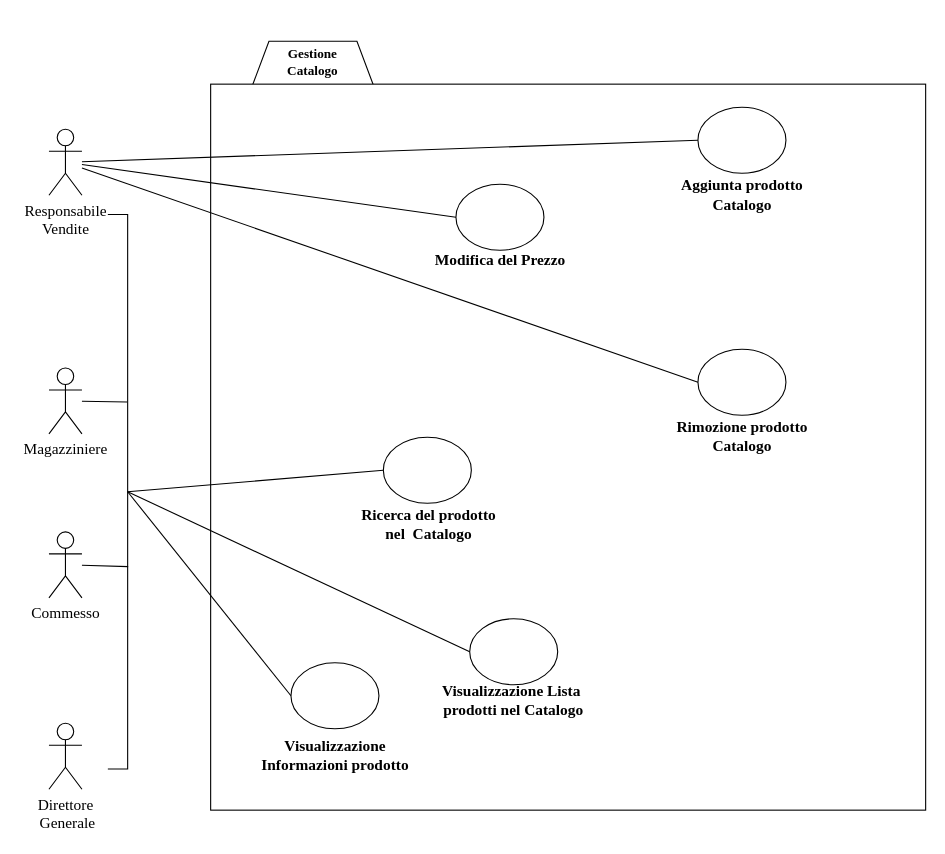
Earlier version of the draw.io diagram Bozze/Diagrammi Casi D'Uso/GestioneCatalogoALPHA.drawio (Carmineh/IT-Manager). Source tidied: cells renumbered, new cells numbered last; positions are measured from the earlier drawing's top-left corner, leaving out a move shared by most shapes. Both pictures are drawn from the tidied source at 110%, with x=0, y=0 at pixel (-160, 41).
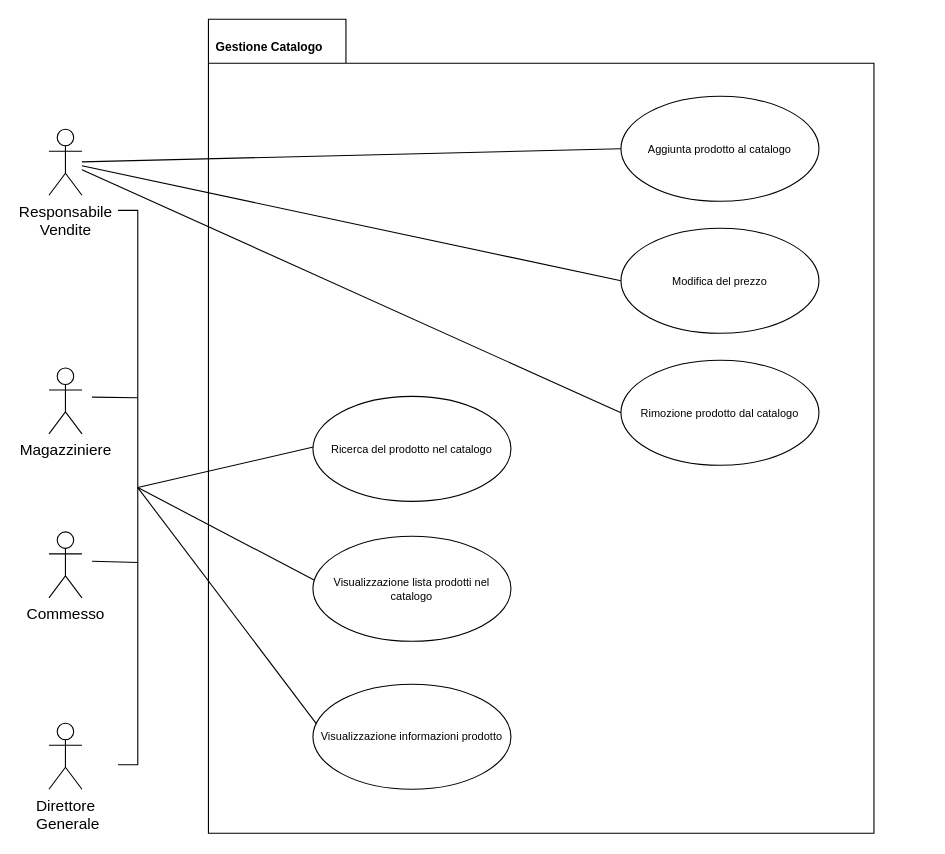
After the change.

The edit, as a diff of the source:
```diff
@@
-    <mxCell id="2" style="shape=hexagon;perimeter=hexagonPerimeter2;whiteSpace=wrap;html=1;fixedSize=1;" parent="1" vertex="1">
-      <mxGeometry x="369" width="120" height="107" as="geometry" />
-    </mxCell>
+    <mxCell id="30" style="shape=folder;fontStyle=1;spacingTop=10;tabWidth=125;tabHeight=40;tabPosition=left;html=1;fontSize=10;" parent="1" vertex="1">
+      <mxGeometry x="334" y="-20" width="605" height="740" as="geometry" />
+    </mxCell>
-    <mxCell id="3" value="&lt;div&gt;&lt;font style=&quot;font-size: 14px&quot; face=&quot;Times New Roman&quot;&gt;Responsabile&lt;/font&gt;&lt;/div&gt;&lt;div&gt;&lt;font style=&quot;font-size: 14px&quot; face=&quot;Times New Roman&quot;&gt;Vendite&lt;br&gt;&lt;/font&gt;&lt;/div&gt;" style="shape=umlActor;verticalLabelPosition=bottom;verticalAlign=top;html=1;outlineConnect=0;" parent="1" vertex="1">
+    <mxCell id="3" value="&lt;div&gt;&lt;font style=&quot;font-size: 14px&quot;&gt;Responsabile&lt;/font&gt;&lt;/div&gt;&lt;div&gt;&lt;font style=&quot;font-size: 14px&quot;&gt;Vendite&lt;br&gt;&lt;/font&gt;&lt;/div&gt;" style="shape=umlActor;verticalLabelPosition=bottom;verticalAlign=top;html=1;outlineConnect=0;" parent="1" vertex="1">
       <mxGeometry x="189" y="80" width="30" height="60" as="geometry" />
     </mxCell>
-    <mxCell id="4" value="&lt;font style=&quot;font-size: 14px&quot; face=&quot;Times New Roman&quot;&gt;Magazziniere&lt;/font&gt;" style="shape=umlActor;verticalLabelPosition=bottom;verticalAlign=top;html=1;outlineConnect=0;" parent="1" vertex="1">
+    <mxCell id="4" value="&lt;font style=&quot;font-size: 14px&quot;&gt;Magazziniere&lt;/font&gt;" style="shape=umlActor;verticalLabelPosition=bottom;verticalAlign=top;html=1;outlineConnect=0;" parent="1" vertex="1">
       <mxGeometry x="189" y="297" width="30" height="60" as="geometry" />
     </mxCell>
-    <mxCell id="5" value="&lt;font style=&quot;font-size: 14px&quot; face=&quot;Times New Roman&quot;&gt;Commesso&lt;/font&gt;" style="shape=umlActor;verticalLabelPosition=bottom;verticalAlign=top;html=1;outlineConnect=0;" parent="1" vertex="1">
+    <mxCell id="5" value="&lt;font style=&quot;font-size: 14px&quot;&gt;Commesso&lt;/font&gt;" style="shape=umlActor;verticalLabelPosition=bottom;verticalAlign=top;html=1;outlineConnect=0;" parent="1" vertex="1">
       <mxGeometry x="189" y="446" width="30" height="60" as="geometry" />
     </mxCell>
-    <mxCell id="6" style="rounded=0;whiteSpace=wrap;html=1;" parent="1" vertex="1">
-      <mxGeometry x="336" y="39" width="650" height="660" as="geometry" />
-    </mxCell>
-    <mxCell id="7" value="&lt;div&gt;&lt;br&gt;&lt;/div&gt;&lt;div&gt;&lt;br&gt;&lt;/div&gt;&lt;div&gt;&lt;br&gt;&lt;/div&gt;&lt;div&gt;&lt;br&gt;&lt;/div&gt;&lt;div&gt;&lt;br&gt;&lt;/div&gt;&lt;div&gt;&lt;br&gt;&lt;/div&gt;" style="ellipse;whiteSpace=wrap;html=1;" parent="1" vertex="1">
-      <mxGeometry x="779" y="60" width="80" height="60" as="geometry" />
-    </mxCell>
-    <mxCell id="8" value="&lt;div&gt;&lt;br&gt;&lt;/div&gt;&lt;div&gt;&lt;br&gt;&lt;/div&gt;&lt;div&gt;&lt;br&gt;&lt;/div&gt;&lt;div&gt;&lt;br&gt;&lt;/div&gt;&lt;div&gt;&lt;br&gt;&lt;/div&gt;&lt;div&gt;&lt;br&gt;&lt;/div&gt;" style="ellipse;whiteSpace=wrap;html=1;" parent="1" vertex="1">
-      <mxGeometry x="409" y="565" width="80" height="60" as="geometry" />
-    </mxCell>
-    <mxCell id="9" value="&lt;div&gt;&lt;font face=&quot;Times New Roman&quot;&gt;&lt;span style=&quot;font-size: 14px&quot;&gt;&lt;b&gt;Ricerca del prodotto nel &amp;nbsp;Catalogo&lt;/b&gt;&lt;/span&gt;&lt;/font&gt;&lt;/div&gt;" style="text;html=1;strokeColor=none;fillColor=none;align=center;verticalAlign=middle;whiteSpace=wrap;rounded=0;" parent="1" vertex="1">
-      <mxGeometry x="462.8" y="430" width="142.5" height="20" as="geometry" />
-    </mxCell>
-    <mxCell id="10" value="&lt;div align=&quot;center&quot;&gt;&lt;font face=&quot;Times New Roman&quot;&gt;&lt;b&gt;Gestione&lt;/b&gt;&lt;/font&gt;&lt;/div&gt;&lt;div align=&quot;center&quot;&gt;&lt;font face=&quot;Times New Roman&quot;&gt;&lt;b&gt;Catalogo&lt;/b&gt;&lt;/font&gt;&lt;/div&gt;" style="text;html=1;strokeColor=none;fillColor=none;align=center;verticalAlign=middle;whiteSpace=wrap;rounded=0;" parent="1" vertex="1">
-      <mxGeometry x="409" y="9" width="40" height="20" as="geometry" />
-    </mxCell>
-    <mxCell id="11" value="&lt;div&gt;&lt;br&gt;&lt;/div&gt;&lt;div&gt;&lt;br&gt;&lt;/div&gt;&lt;div&gt;&lt;br&gt;&lt;/div&gt;&lt;div&gt;&lt;br&gt;&lt;/div&gt;&lt;div&gt;&lt;br&gt;&lt;/div&gt;&lt;div&gt;&lt;br&gt;&lt;/div&gt;" style="ellipse;whiteSpace=wrap;html=1;" parent="1" vertex="1">
-      <mxGeometry x="559" y="130" width="80" height="60" as="geometry" />
-    </mxCell>
-    <mxCell id="12" value="&lt;div&gt;&lt;br&gt;&lt;/div&gt;&lt;div&gt;&lt;br&gt;&lt;/div&gt;&lt;div&gt;&lt;br&gt;&lt;/div&gt;&lt;div&gt;&lt;br&gt;&lt;/div&gt;&lt;div&gt;&lt;br&gt;&lt;/div&gt;&lt;div&gt;&lt;br&gt;&lt;/div&gt;" style="ellipse;whiteSpace=wrap;html=1;" parent="1" vertex="1">
-      <mxGeometry x="571.5" y="525" width="80" height="60" as="geometry" />
-    </mxCell>
-    <mxCell id="13" value="&lt;div&gt;&lt;br&gt;&lt;/div&gt;&lt;div&gt;&lt;br&gt;&lt;/div&gt;&lt;div&gt;&lt;br&gt;&lt;/div&gt;&lt;div&gt;&lt;br&gt;&lt;/div&gt;&lt;div&gt;&lt;br&gt;&lt;/div&gt;&lt;div&gt;&lt;br&gt;&lt;/div&gt;" style="ellipse;whiteSpace=wrap;html=1;" parent="1" vertex="1">
-      <mxGeometry x="493" y="360" width="80" height="60" as="geometry" />
-    </mxCell>
-    <mxCell id="14" style="endArrow=none;html=1;entryX=0;entryY=0.5;entryDx=0;entryDy=0;" parent="1" edge="1" source="3" target="7">
+    <mxCell id="14" style="endArrow=none;html=1;entryX=0;entryY=0.5;entryDx=0;entryDy=0;" parent="1" edge="1" source="3" target="31">
       <mxGeometry relative="1" as="geometry" />
     </mxCell>
-    <mxCell id="15" style="endArrow=none;html=1;entryX=0;entryY=0.5;entryDx=0;entryDy=0;" parent="1" edge="1" source="3" target="11">
+    <mxCell id="15" style="endArrow=none;html=1;entryX=0;entryY=0.5;entryDx=0;entryDy=0;" parent="1" edge="1" source="3" target="32">
       <mxGeometry relative="1" as="geometry" />
     </mxCell>
     <mxCell id="16" style="shape=partialRectangle;whiteSpace=wrap;html=1;bottom=1;right=1;left=1;top=0;fillColor=none;routingCenterX=-0.5;rotation=-90;" parent="1" vertex="1">
-      <mxGeometry x="-0.2" y="400.8" width="504" height="17.5" as="geometry" />
+      <mxGeometry x="9" y="397" width="504" height="17.5" as="geometry" />
     </mxCell>
-    <mxCell id="17" value="&lt;font face=&quot;Times New Roman&quot;&gt;&lt;span style=&quot;font-size: 14px&quot;&gt;&lt;b&gt;Rimozione prodotto Catalogo&lt;/b&gt;&lt;/span&gt;&lt;/font&gt;" style="text;html=1;strokeColor=none;fillColor=none;align=center;verticalAlign=middle;whiteSpace=wrap;rounded=0;" parent="1" vertex="1">
-      <mxGeometry x="746.5" y="350" width="145" height="20" as="geometry" />
-    </mxCell>
-    <mxCell id="18" value="&lt;font face=&quot;Times New Roman&quot; style=&quot;font-size: 14px&quot;&gt;&lt;span style=&quot;font-size: 14px&quot;&gt;&lt;b style=&quot;font-size: 14px&quot;&gt;Aggiunta prodotto Catalogo&lt;/b&gt;&lt;/span&gt;&lt;/font&gt;" style="text;html=1;strokeColor=none;fillColor=none;align=center;verticalAlign=middle;whiteSpace=wrap;rounded=0;fontSize=14;" parent="1" vertex="1">
-      <mxGeometry x="746.5" y="130" width="145" height="20" as="geometry" />
-    </mxCell>
-    <mxCell id="19" value="&lt;b style=&quot;font-family: &amp;#34;times new roman&amp;#34; ; font-size: 14px&quot;&gt;Modifica del Prezzo&lt;br&gt;&lt;/b&gt;" style="text;html=1;strokeColor=none;fillColor=none;align=center;verticalAlign=middle;whiteSpace=wrap;rounded=0;" parent="1" vertex="1">
-      <mxGeometry x="526.5" y="190" width="145" height="20" as="geometry" />
-    </mxCell>
-    <mxCell id="20" value="&lt;font face=&quot;Times New Roman&quot;&gt;&lt;span style=&quot;font-size: 14px&quot;&gt;&lt;b&gt;Visualizzazione Lista&amp;nbsp;&lt;br&gt;prodotti nel Catalogo&lt;br&gt;&lt;/b&gt;&lt;/span&gt;&lt;/font&gt;" style="text;html=1;strokeColor=none;fillColor=none;align=center;verticalAlign=middle;whiteSpace=wrap;rounded=0;" parent="1" vertex="1">
-      <mxGeometry x="539" y="590" width="145" height="20" as="geometry" />
-    </mxCell>
-    <mxCell id="21" value="&lt;div&gt;&lt;br&gt;&lt;/div&gt;&lt;div&gt;&lt;br&gt;&lt;/div&gt;&lt;div&gt;&lt;br&gt;&lt;/div&gt;&lt;div&gt;&lt;br&gt;&lt;/div&gt;&lt;div&gt;&lt;br&gt;&lt;/div&gt;&lt;div&gt;&lt;br&gt;&lt;/div&gt;" style="ellipse;whiteSpace=wrap;html=1;" parent="1" vertex="1">
-      <mxGeometry x="779" y="280" width="80" height="60" as="geometry" />
-    </mxCell>
-    <mxCell id="22" style="endArrow=none;html=1;exitX=0;exitY=0.5;exitDx=0;exitDy=0;" parent="1" edge="1" source="21" target="3">
+    <mxCell id="22" style="endArrow=none;html=1;exitX=0;exitY=0.5;exitDx=0;exitDy=0;" parent="1" edge="1" source="33" target="3">
       <mxGeometry relative="1" as="geometry" />
     </mxCell>
-    <mxCell id="23" value="&lt;font face=&quot;Times New Roman&quot;&gt;&lt;span style=&quot;font-size: 14px&quot;&gt;&lt;b&gt;Visualizzazione Informazioni prodotto&lt;br&gt;&lt;/b&gt;&lt;/span&gt;&lt;/font&gt;" style="text;html=1;strokeColor=none;fillColor=none;align=center;verticalAlign=middle;whiteSpace=wrap;rounded=0;" parent="1" vertex="1">
-      <mxGeometry x="376.5" y="640" width="145" height="20" as="geometry" />
-    </mxCell>
-    <mxCell id="24" style="endArrow=none;html=1;exitX=0.5;exitY=1;exitDx=0;exitDy=0;entryX=0;entryY=0.5;entryDx=0;entryDy=0;" parent="1" edge="1" source="16" target="13">
-      <mxGeometry relative="1" as="geometry" />
+    <mxCell id="24" style="endArrow=none;html=1;exitX=0.5;exitY=1;exitDx=0;exitDy=0;entryX=0;entryY=0.5;entryDx=0;entryDy=0;" parent="1" edge="1" source="16">
+      <mxGeometry relative="1" as="geometry">
+        <mxPoint x="438.2" y="366.8" as="targetPoint" />
+      </mxGeometry>
     </mxCell>
-    <mxCell id="25" style="endArrow=none;html=1;exitX=0.5;exitY=1;exitDx=0;exitDy=0;entryX=0;entryY=0.5;entryDx=0;entryDy=0;" parent="1" edge="1" source="16" target="12">
-      <mxGeometry relative="1" as="geometry" />
+    <mxCell id="25" style="endArrow=none;html=1;exitX=0.5;exitY=1;exitDx=0;exitDy=0;entryX=0;entryY=0.5;entryDx=0;entryDy=0;" parent="1" edge="1" source="16">
+      <mxGeometry relative="1" as="geometry">
+        <mxPoint x="438.2" y="494" as="targetPoint" />
+      </mxGeometry>
     </mxCell>
-    <mxCell id="26" style="endArrow=none;html=1;exitX=0.5;exitY=1;exitDx=0;exitDy=0;entryX=0;entryY=0.5;entryDx=0;entryDy=0;" parent="1" edge="1" source="16" target="8">
-      <mxGeometry relative="1" as="geometry" />
+    <mxCell id="26" style="endArrow=none;html=1;exitX=0.5;exitY=1;exitDx=0;exitDy=0;entryX=0;entryY=0.5;entryDx=0;entryDy=0;" parent="1" edge="1" source="16">
+      <mxGeometry relative="1" as="geometry">
+        <mxPoint x="438.2" y="628.5" as="targetPoint" />
+      </mxGeometry>
     </mxCell>
-    <mxCell id="27" value="&lt;font face=&quot;Times New Roman&quot;&gt;&lt;span style=&quot;font-size: 14px&quot;&gt;Direttore&lt;br&gt;&amp;nbsp;Generale&lt;/span&gt;&lt;/font&gt;" style="shape=umlActor;verticalLabelPosition=bottom;verticalAlign=top;html=1;" parent="1" vertex="1">
+    <mxCell id="27" value="&lt;span style=&quot;font-size: 14px&quot;&gt;Direttore&lt;br&gt;&amp;nbsp;Generale&lt;/span&gt;" style="shape=umlActor;verticalLabelPosition=bottom;verticalAlign=top;html=1;" parent="1" vertex="1">
       <mxGeometry x="189" y="620" width="30" height="60" as="geometry" />
     </mxCell>
-    <mxCell id="28" style="endArrow=none;html=1;exitX=0.662;exitY=0.971;exitDx=0;exitDy=0;exitPerimeter=0;" parent="1" edge="1" source="16" target="4">
-      <mxGeometry relative="1" as="geometry" />
+    <mxCell id="28" style="endArrow=none;html=1;exitX=0.662;exitY=0.971;exitDx=0;exitDy=0;exitPerimeter=0;" parent="1" edge="1" source="16">
+      <mxGeometry relative="1" as="geometry">
+        <mxPoint x="228.2" y="323.5" as="targetPoint" />
+      </mxGeometry>
     </mxCell>
-    <mxCell id="29" style="endArrow=none;html=1;exitX=0.357;exitY=1.029;exitDx=0;exitDy=0;exitPerimeter=0;" parent="1" edge="1" target="5">
+    <mxCell id="29" style="endArrow=none;html=1;exitX=0.357;exitY=1.029;exitDx=0;exitDy=0;exitPerimeter=0;" parent="1" edge="1">
       <mxGeometry relative="1" as="geometry">
-        <mxPoint x="261" y="477.6" as="sourcePoint" />
+        <mxPoint x="270.3" y="473.8" as="sourcePoint" />
+        <mxPoint x="228.2" y="472.7" as="targetPoint" />
       </mxGeometry>
     </mxCell>
+    <mxCell id="31" value="Aggiunta prodotto al catalogo" style="ellipse;whiteSpace=wrap;html=1;fontSize=10;" parent="1" vertex="1">
+      <mxGeometry x="709" y="50" width="180" height="95.5" as="geometry" />
+    </mxCell>
+    <mxCell id="32" value="Modifica del prezzo" style="ellipse;whiteSpace=wrap;html=1;fontSize=10;" parent="1" vertex="1">
+      <mxGeometry x="709" y="170" width="180" height="95.5" as="geometry" />
+    </mxCell>
+    <mxCell id="33" value="Rimozione prodotto dal catalogo" style="ellipse;whiteSpace=wrap;html=1;fontSize=10;" parent="1" vertex="1">
+      <mxGeometry x="709" y="290" width="180" height="95.5" as="geometry" />
+    </mxCell>
+    <mxCell id="34" value="Ricerca del prodotto nel catalogo" style="ellipse;whiteSpace=wrap;html=1;fontSize=10;" parent="1" vertex="1">
+      <mxGeometry x="429" y="322.8" width="180" height="95.5" as="geometry" />
+    </mxCell>
+    <mxCell id="35" value="Visualizzazione lista prodotti nel catalogo" style="ellipse;whiteSpace=wrap;html=1;fontSize=10;" parent="1" vertex="1">
+      <mxGeometry x="429" y="450" width="180" height="95.5" as="geometry" />
+    </mxCell>
+    <mxCell id="36" value="Visualizzazione informazioni prodotto" style="ellipse;whiteSpace=wrap;html=1;fontSize=10;" parent="1" vertex="1">
+      <mxGeometry x="429" y="584.5" width="180" height="95.5" as="geometry" />
+    </mxCell>
+    <mxCell id="10" value="&lt;div&gt;&lt;font style=&quot;font-size: 11px&quot;&gt;&lt;b&gt;Gestione Catalogo&lt;/b&gt;&lt;/font&gt;&lt;/div&gt;" style="text;html=1;strokeColor=none;fillColor=none;align=left;verticalAlign=middle;whiteSpace=wrap;rounded=0;" parent="1" vertex="1">
+      <mxGeometry x="339" y="-10" width="107.5" height="30" as="geometry" />
+    </mxCell>
```
